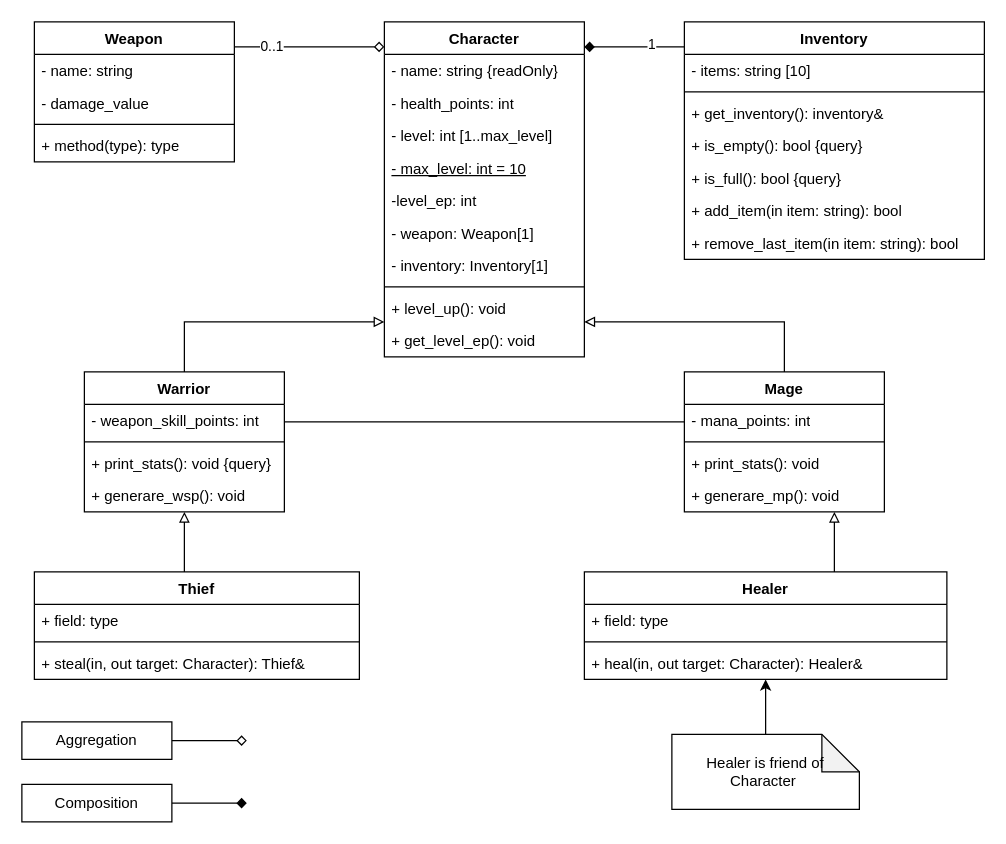
This is courses/coding-in-C++/Lab_3/mySolution/section_4/game.drawio from Carrotsoup92/study-code, a draw.io file, before an edit. Source tidied: cells renumbered, new cells numbered last; positions are measured from the earlier drawing's top-left corner, leaving out a move shared by most shapes. Both pictures are drawn from the tidied source at 125%, with x=0, y=0 at pixel (21, 21).
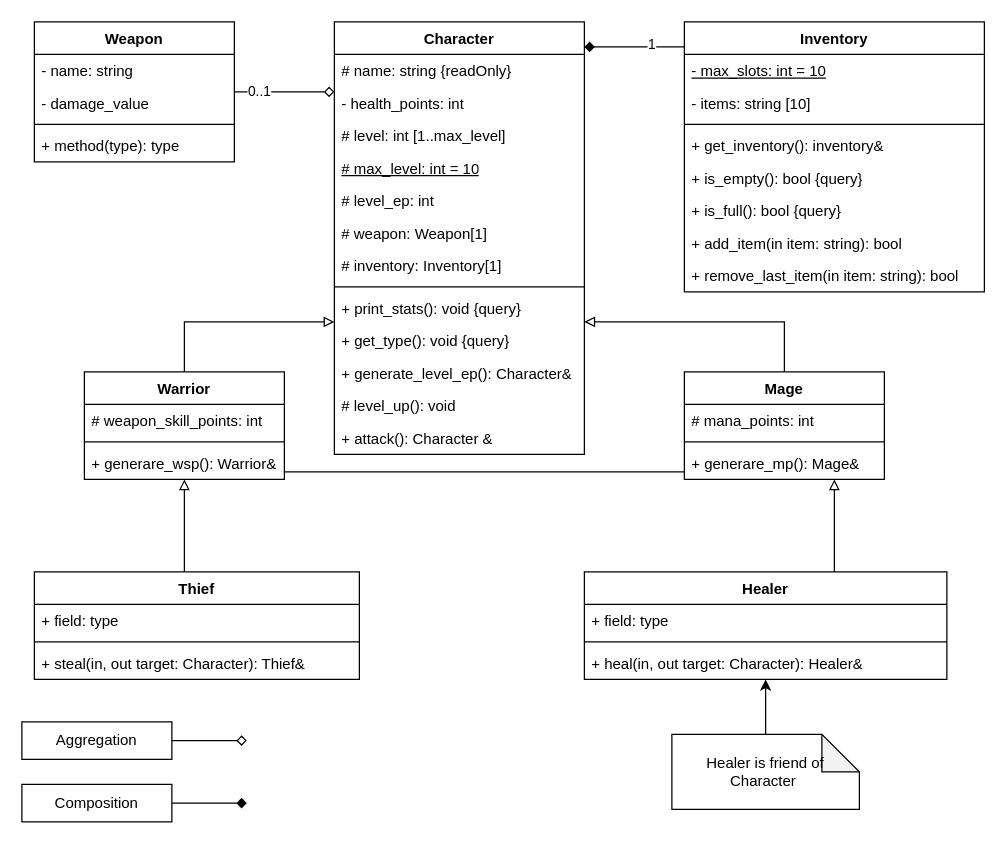
After the change.

Diff of the diagram source:
```diff
@@
     <mxCell id="2" value="Character" style="swimlane;fontStyle=1;align=center;verticalAlign=top;horizontal=1;startSize=26;whiteSpace=wrap;html=1;" parent="1" vertex="1">
-      <mxGeometry x="290" width="160" height="268" as="geometry" />
+      <mxGeometry x="250" width="200" height="346" as="geometry" />
     </mxCell>
-    <mxCell id="3" value="- name: string {readOnly}" style="text;strokeColor=none;fillColor=none;align=left;verticalAlign=top;spacingLeft=4;spacingRight=4;overflow=hidden;whiteSpace=wrap;html=1;" parent="2" vertex="1">
-      <mxGeometry y="26" width="160" height="26" as="geometry" />
+    <mxCell id="3" value="# name: string {readOnly}" style="text;strokeColor=none;fillColor=none;align=left;verticalAlign=top;spacingLeft=4;spacingRight=4;overflow=hidden;whiteSpace=wrap;html=1;" parent="2" vertex="1">
+      <mxGeometry y="26" width="200" height="26" as="geometry" />
     </mxCell>
     <mxCell id="4" value="- health_points: int" style="text;strokeColor=none;fillColor=none;align=left;verticalAlign=top;spacingLeft=4;spacingRight=4;overflow=hidden;whiteSpace=wrap;html=1;" parent="2" vertex="1">
-      <mxGeometry y="52" width="160" height="26" as="geometry" />
+      <mxGeometry y="52" width="200" height="26" as="geometry" />
     </mxCell>
-    <mxCell id="5" value="- level: int [1..max_level]" style="text;strokeColor=none;fillColor=none;align=left;verticalAlign=top;spacingLeft=4;spacingRight=4;overflow=hidden;whiteSpace=wrap;html=1;" parent="2" vertex="1">
-      <mxGeometry y="78" width="160" height="26" as="geometry" />
+    <mxCell id="5" value="# level: int [1..max_level]" style="text;strokeColor=none;fillColor=none;align=left;verticalAlign=top;spacingLeft=4;spacingRight=4;overflow=hidden;whiteSpace=wrap;html=1;" parent="2" vertex="1">
+      <mxGeometry y="78" width="200" height="26" as="geometry" />
     </mxCell>
-    <mxCell id="6" value="&lt;u&gt;- max_level: int = 10&lt;/u&gt;" style="text;strokeColor=none;fillColor=none;align=left;verticalAlign=top;spacingLeft=4;spacingRight=4;overflow=hidden;whiteSpace=wrap;html=1;" parent="2" vertex="1">
-      <mxGeometry y="104" width="160" height="26" as="geometry" />
+    <mxCell id="6" value="&lt;u&gt;# max_level: int = 10&lt;/u&gt;" style="text;strokeColor=none;fillColor=none;align=left;verticalAlign=top;spacingLeft=4;spacingRight=4;overflow=hidden;whiteSpace=wrap;html=1;" parent="2" vertex="1">
+      <mxGeometry y="104" width="200" height="26" as="geometry" />
     </mxCell>
-    <mxCell id="7" value="-level_ep: int&amp;nbsp;" style="text;strokeColor=none;fillColor=none;align=left;verticalAlign=top;spacingLeft=4;spacingRight=4;overflow=hidden;whiteSpace=wrap;html=1;" parent="2" vertex="1">
-      <mxGeometry y="130" width="160" height="26" as="geometry" />
+    <mxCell id="7" value="# level_ep: int&amp;nbsp;" style="text;strokeColor=none;fillColor=none;align=left;verticalAlign=top;spacingLeft=4;spacingRight=4;overflow=hidden;whiteSpace=wrap;html=1;" parent="2" vertex="1">
+      <mxGeometry y="130" width="200" height="26" as="geometry" />
     </mxCell>
-    <mxCell id="8" value="- weapon: Weapon[1]" style="text;strokeColor=none;fillColor=none;align=left;verticalAlign=top;spacingLeft=4;spacingRight=4;overflow=hidden;whiteSpace=wrap;html=1;" parent="2" vertex="1">
-      <mxGeometry y="156" width="160" height="26" as="geometry" />
+    <mxCell id="8" value="# weapon: Weapon[1]" style="text;strokeColor=none;fillColor=none;align=left;verticalAlign=top;spacingLeft=4;spacingRight=4;overflow=hidden;whiteSpace=wrap;html=1;" parent="2" vertex="1">
+      <mxGeometry y="156" width="200" height="26" as="geometry" />
     </mxCell>
-    <mxCell id="9" value="- inventory: Inventory[1]" style="text;strokeColor=none;fillColor=none;align=left;verticalAlign=top;spacingLeft=4;spacingRight=4;overflow=hidden;whiteSpace=wrap;html=1;" parent="2" vertex="1">
-      <mxGeometry y="182" width="160" height="26" as="geometry" />
+    <mxCell id="9" value="# inventory: Inventory[1]" style="text;strokeColor=none;fillColor=none;align=left;verticalAlign=top;spacingLeft=4;spacingRight=4;overflow=hidden;whiteSpace=wrap;html=1;" parent="2" vertex="1">
+      <mxGeometry y="182" width="200" height="26" as="geometry" />
     </mxCell>
     <mxCell id="10" style="line;strokeWidth=1;fillColor=none;align=left;verticalAlign=middle;spacingTop=-1;spacingLeft=3;spacingRight=3;labelPosition=right;strokeColor=inherit;" parent="2" vertex="1">
-      <mxGeometry y="208" width="160" height="8" as="geometry" />
+      <mxGeometry y="208" width="200" height="8" as="geometry" />
     </mxCell>
+    <mxCell id="57" value="+ print_stats(): void {query}" style="text;strokeColor=none;fillColor=none;align=left;verticalAlign=top;spacingLeft=4;spacingRight=4;overflow=hidden;whiteSpace=wrap;html=1;" parent="2" vertex="1">
+      <mxGeometry y="216" width="200" height="26" as="geometry" />
+    </mxCell>
+    <mxCell id="59" value="+ get_type(): void {query}" style="text;strokeColor=none;fillColor=none;align=left;verticalAlign=top;spacingLeft=4;spacingRight=4;overflow=hidden;whiteSpace=wrap;html=1;" parent="2" vertex="1">
+      <mxGeometry y="242" width="200" height="26" as="geometry" />
+    </mxCell>
+    <mxCell id="60" value="+ generate_level_ep(): Character&amp;amp;" style="text;strokeColor=none;fillColor=none;align=left;verticalAlign=top;spacingLeft=4;spacingRight=4;overflow=hidden;whiteSpace=wrap;html=1;" parent="2" vertex="1">
+      <mxGeometry y="268" width="200" height="26" as="geometry" />
+    </mxCell>
-    <mxCell id="11" value="+ level_up(): void" style="text;strokeColor=none;fillColor=none;align=left;verticalAlign=top;spacingLeft=4;spacingRight=4;overflow=hidden;whiteSpace=wrap;html=1;" parent="2" vertex="1">
-      <mxGeometry y="216" width="160" height="26" as="geometry" />
+    <mxCell id="11" value="# level_up(): void" style="text;strokeColor=none;fillColor=none;align=left;verticalAlign=top;spacingLeft=4;spacingRight=4;overflow=hidden;whiteSpace=wrap;html=1;" parent="2" vertex="1">
+      <mxGeometry y="294" width="200" height="26" as="geometry" />
     </mxCell>
-    <mxCell id="12" value="+ get_level_ep(): void" style="text;strokeColor=none;fillColor=none;align=left;verticalAlign=top;spacingLeft=4;spacingRight=4;overflow=hidden;whiteSpace=wrap;html=1;" parent="2" vertex="1">
-      <mxGeometry y="242" width="160" height="26" as="geometry" />
+    <mxCell id="12" value="+ attack(): Character &amp;amp;" style="text;strokeColor=none;fillColor=none;align=left;verticalAlign=top;spacingLeft=4;spacingRight=4;overflow=hidden;whiteSpace=wrap;html=1;" parent="2" vertex="1">
+      <mxGeometry y="320" width="200" height="26" as="geometry" />
     </mxCell>
@@
     <mxCell id="22" value="Inventory" style="swimlane;fontStyle=1;align=center;verticalAlign=top;horizontal=1;startSize=26;whiteSpace=wrap;html=1;" parent="1" vertex="1">
-      <mxGeometry x="530" width="240" height="190" as="geometry" />
+      <mxGeometry x="530" width="240" height="216" as="geometry" />
     </mxCell>
+    <mxCell id="61" value="&lt;u&gt;- max_slots: int = 10&lt;/u&gt;" style="text;strokeColor=none;fillColor=none;align=left;verticalAlign=top;spacingLeft=4;spacingRight=4;overflow=hidden;whiteSpace=wrap;html=1;" parent="22" vertex="1">
+      <mxGeometry y="26" width="240" height="26" as="geometry" />
+    </mxCell>
     <mxCell id="23" value="- items: string [10]" style="text;strokeColor=none;fillColor=none;align=left;verticalAlign=top;spacingLeft=4;spacingRight=4;overflow=hidden;whiteSpace=wrap;html=1;" parent="22" vertex="1">
-      <mxGeometry y="26" width="240" height="26" as="geometry" />
+      <mxGeometry y="52" width="240" height="26" as="geometry" />
     </mxCell>
     <mxCell id="24" style="line;strokeWidth=1;fillColor=none;align=left;verticalAlign=middle;spacingTop=-1;spacingLeft=3;spacingRight=3;labelPosition=right;strokeColor=inherit;" parent="22" vertex="1">
-      <mxGeometry y="52" width="240" height="8" as="geometry" />
+      <mxGeometry y="78" width="240" height="8" as="geometry" />
     </mxCell>
     <mxCell id="25" value="+ get_inventory(): inventory&amp;amp;" style="text;strokeColor=none;fillColor=none;align=left;verticalAlign=top;spacingLeft=4;spacingRight=4;overflow=hidden;whiteSpace=wrap;html=1;" parent="22" vertex="1">
-      <mxGeometry y="60" width="240" height="26" as="geometry" />
+      <mxGeometry y="86" width="240" height="26" as="geometry" />
     </mxCell>
     <mxCell id="26" value="+ is_empty(): bool {query}" style="text;strokeColor=none;fillColor=none;align=left;verticalAlign=top;spacingLeft=4;spacingRight=4;overflow=hidden;whiteSpace=wrap;html=1;" parent="22" vertex="1">
-      <mxGeometry y="86" width="240" height="26" as="geometry" />
+      <mxGeometry y="112" width="240" height="26" as="geometry" />
     </mxCell>
     <mxCell id="27" value="+ is_full(): bool {query}" style="text;strokeColor=none;fillColor=none;align=left;verticalAlign=top;spacingLeft=4;spacingRight=4;overflow=hidden;whiteSpace=wrap;html=1;" parent="22" vertex="1">
-      <mxGeometry y="112" width="240" height="26" as="geometry" />
+      <mxGeometry y="138" width="240" height="26" as="geometry" />
     </mxCell>
     <mxCell id="28" value="+ add_item(in item: string): bool&amp;nbsp;" style="text;strokeColor=none;fillColor=none;align=left;verticalAlign=top;spacingLeft=4;spacingRight=4;overflow=hidden;whiteSpace=wrap;html=1;" parent="22" vertex="1">
-      <mxGeometry y="138" width="240" height="26" as="geometry" />
+      <mxGeometry y="164" width="240" height="26" as="geometry" />
     </mxCell>
     <mxCell id="29" value="+ remove_last_item(in item: string): bool&amp;nbsp;" style="text;strokeColor=none;fillColor=none;align=left;verticalAlign=top;spacingLeft=4;spacingRight=4;overflow=hidden;whiteSpace=wrap;html=1;" parent="22" vertex="1">
-      <mxGeometry y="164" width="240" height="26" as="geometry" />
+      <mxGeometry y="190" width="240" height="26" as="geometry" />
     </mxCell>
     <mxCell id="30" style="edgeStyle=orthogonalEdgeStyle;rounded=0;jettySize=auto;html=1;endArrow=none;endFill=0;" parent="1" edge="1" source="54" target="31">
       <mxGeometry relative="1" as="geometry">
         <Array as="points">
-          <mxPoint x="380" y="320" />
-          <mxPoint x="380" y="320" />
+          <mxPoint x="440" y="360" />
+          <mxPoint x="440" y="360" />
         </Array>
       </mxGeometry>
     </mxCell>
     <mxCell id="31" value="Mage" style="swimlane;fontStyle=1;align=center;verticalAlign=top;horizontal=1;startSize=26;whiteSpace=wrap;html=1;" parent="1" vertex="1">
-      <mxGeometry x="530" y="280" width="160" height="112" as="geometry" />
+      <mxGeometry x="530" y="280" width="160" height="86" as="geometry" />
     </mxCell>
-    <mxCell id="32" value="- mana_points: int" style="text;strokeColor=none;fillColor=none;align=left;verticalAlign=top;spacingLeft=4;spacingRight=4;overflow=hidden;whiteSpace=wrap;html=1;" parent="31" vertex="1">
+    <mxCell id="32" value="# mana_points: int" style="text;strokeColor=none;fillColor=none;align=left;verticalAlign=top;spacingLeft=4;spacingRight=4;overflow=hidden;whiteSpace=wrap;html=1;" parent="31" vertex="1">
       <mxGeometry y="26" width="160" height="26" as="geometry" />
     </mxCell>
@@
-    <mxCell id="34" value="+ print_stats(): void" style="text;strokeColor=none;fillColor=none;align=left;verticalAlign=top;spacingLeft=4;spacingRight=4;overflow=hidden;whiteSpace=wrap;html=1;" parent="31" vertex="1">
-      <mxGeometry y="60" width="160" height="26" as="geometry" />
-    </mxCell>
-    <mxCell id="35" value="+ generare_mp(): void" style="text;strokeColor=none;fillColor=none;align=left;verticalAlign=top;spacingLeft=4;spacingRight=4;overflow=hidden;whiteSpace=wrap;html=1;" parent="31" vertex="1">
-      <mxGeometry y="86" width="160" height="26" as="geometry" />
+    <mxCell id="35" value="+ generare_mp(): Mage&amp;amp;" style="text;strokeColor=none;fillColor=none;align=left;verticalAlign=top;spacingLeft=4;spacingRight=4;overflow=hidden;whiteSpace=wrap;html=1;" parent="31" vertex="1">
+      <mxGeometry y="60" width="160" height="26" as="geometry" />
     </mxCell>
@@
     <mxCell id="54" value="Warrior" style="swimlane;fontStyle=1;align=center;verticalAlign=top;horizontal=1;startSize=26;whiteSpace=wrap;html=1;" parent="1" vertex="1">
-      <mxGeometry x="50" y="280" width="160" height="112" as="geometry" />
+      <mxGeometry x="50" y="280" width="160" height="86" as="geometry" />
     </mxCell>
-    <mxCell id="55" value="- weapon_skill_points: int" style="text;strokeColor=none;fillColor=none;align=left;verticalAlign=top;spacingLeft=4;spacingRight=4;overflow=hidden;whiteSpace=wrap;html=1;" parent="54" vertex="1">
+    <mxCell id="55" value="# weapon_skill_points: int" style="text;strokeColor=none;fillColor=none;align=left;verticalAlign=top;spacingLeft=4;spacingRight=4;overflow=hidden;whiteSpace=wrap;html=1;" parent="54" vertex="1">
       <mxGeometry y="26" width="160" height="26" as="geometry" />
     </mxCell>
@@
-    <mxCell id="57" value="+ print_stats(): void {query}" style="text;strokeColor=none;fillColor=none;align=left;verticalAlign=top;spacingLeft=4;spacingRight=4;overflow=hidden;whiteSpace=wrap;html=1;" parent="54" vertex="1">
-      <mxGeometry y="60" width="160" height="26" as="geometry" />
-    </mxCell>
-    <mxCell id="58" value="+ generare_wsp(): void" style="text;strokeColor=none;fillColor=none;align=left;verticalAlign=top;spacingLeft=4;spacingRight=4;overflow=hidden;whiteSpace=wrap;html=1;" parent="54" vertex="1">
-      <mxGeometry y="86" width="160" height="26" as="geometry" />
+    <mxCell id="58" value="+ generare_wsp(): Warrior&amp;amp;" style="text;strokeColor=none;fillColor=none;align=left;verticalAlign=top;spacingLeft=4;spacingRight=4;overflow=hidden;whiteSpace=wrap;html=1;" parent="54" vertex="1">
+      <mxGeometry y="60" width="160" height="26" as="geometry" />
     </mxCell>
```
